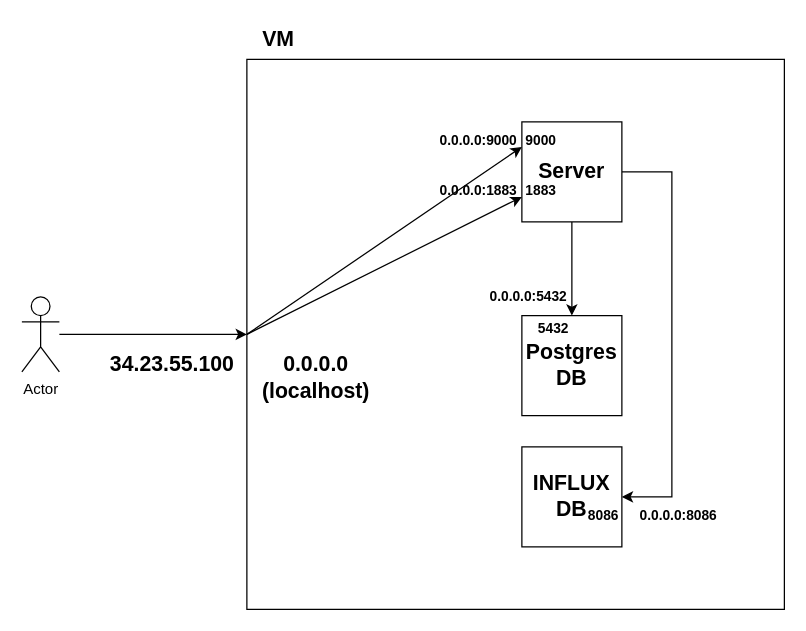
Before: Documentation/Diagrams/GCP VM Arquitecture.drawio in MiguelRocha2001/PS-Monitor-IoT-System, a draw.io diagram. Source tidied: cells renumbered, new cells numbered last; positions are measured from the earlier drawing's top-left corner, leaving out a move shared by most shapes. Both pictures are drawn from the tidied source at 125%, with x=0, y=0 at pixel (21, 21).
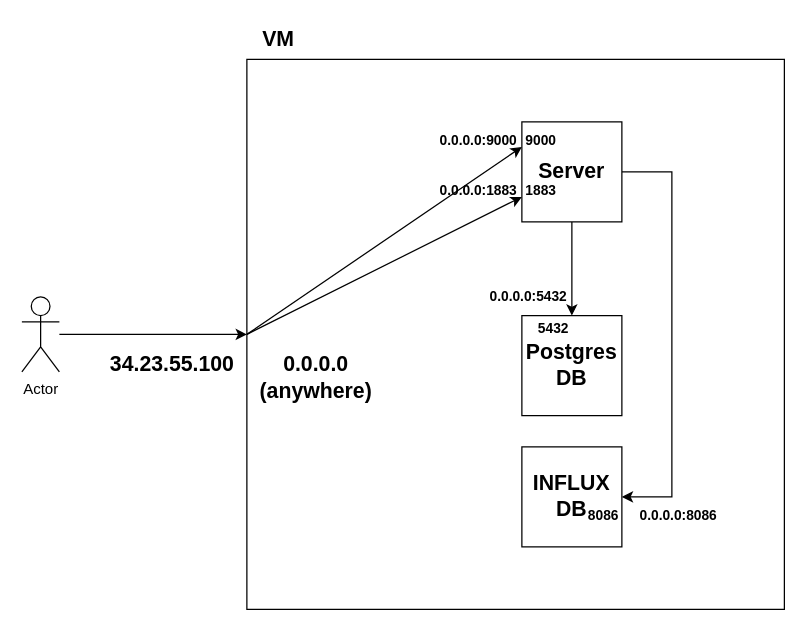
Above is the later version.

The edit, as a diff of the source:
```diff
@@
-    <mxCell id="14" value="0.0.0.0&lt;br&gt;(localhost)" style="text;html=1;align=center;verticalAlign=middle;strokeColor=none;fillColor=none;fontSize=17;fontStyle=1;" parent="1" vertex="1">
+    <mxCell id="14" value="0.0.0.0&lt;br&gt;(anywhere)" style="text;html=1;align=center;verticalAlign=middle;strokeColor=none;fillColor=none;fontSize=17;fontStyle=1;" parent="1" vertex="1">
       <mxGeometry x="180" y="260" width="110" height="50" as="geometry" />
     </mxCell>
```
